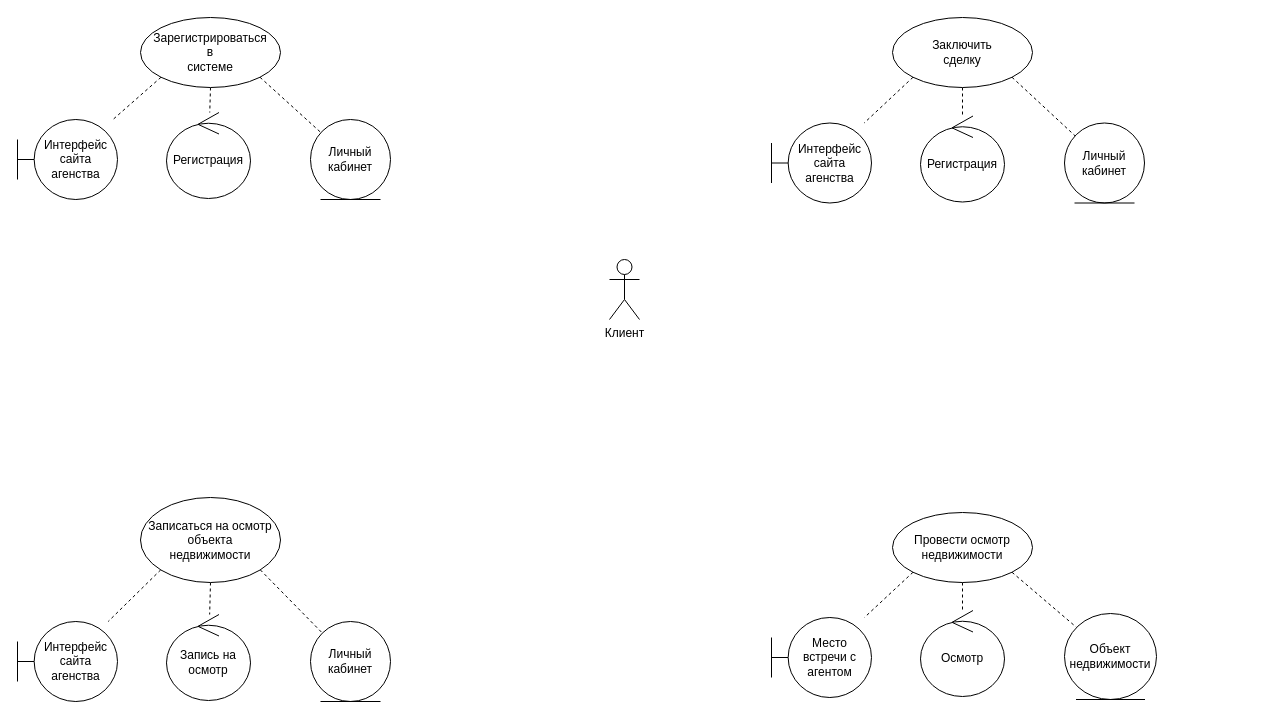
Earlier version of the draw.io diagram Диаграмма без названия.drawio (Shumila71/testProject). Source tidied: cells renumbered, new cells numbered last; positions are measured from the earlier drawing's top-left corner, leaving out a move shared by most shapes. Both pictures are drawn from the tidied source at 100%, with x=0, y=0 at pixel (17, 17).
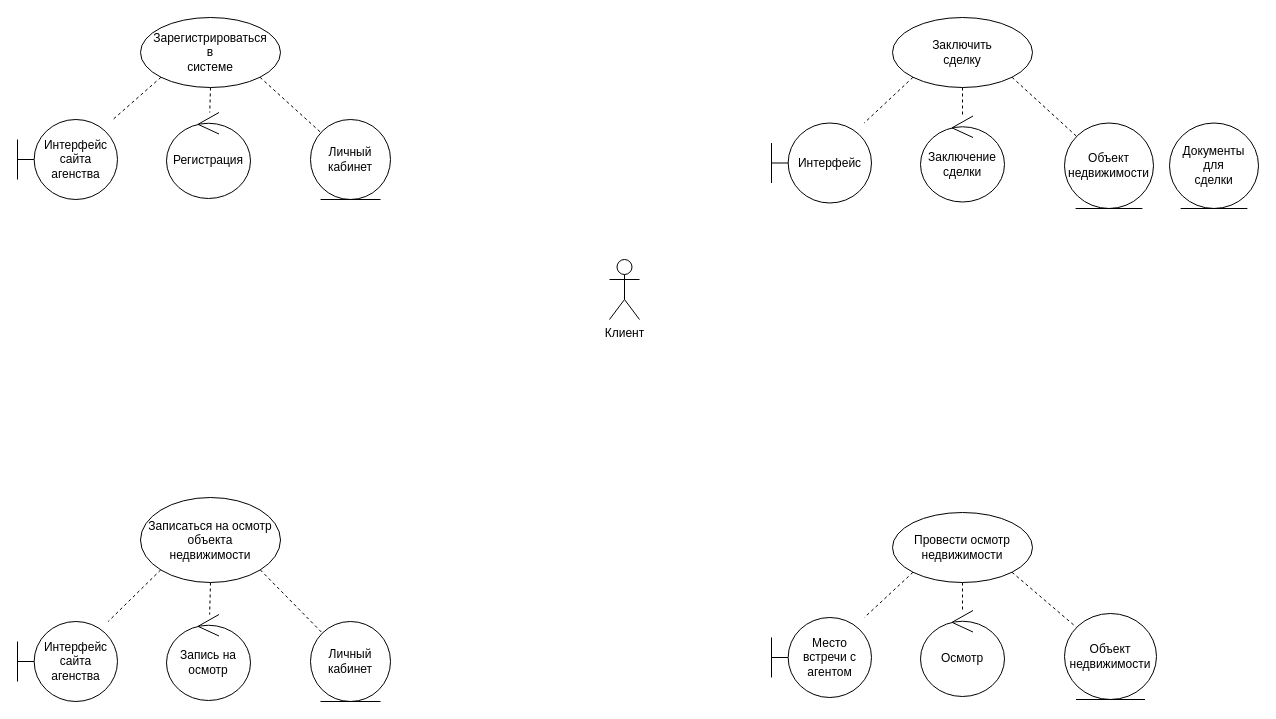
After the change.

What changed in the source:
```diff
@@
-    <mxCell id="25" value="Интерфейс&lt;div&gt;сайта&lt;/div&gt;&lt;div&gt;агенства&lt;/div&gt;" style="shape=umlBoundary;whiteSpace=wrap;html=1;" parent="1" vertex="1">
+    <mxCell id="25" value="Интерфейс" style="shape=umlBoundary;whiteSpace=wrap;html=1;" parent="1" vertex="1">
       <mxGeometry x="754" y="105.5" width="100" height="80" as="geometry" />
     </mxCell>
-    <mxCell id="26" value="Личный кабинет" style="ellipse;shape=umlEntity;whiteSpace=wrap;html=1;" parent="1" vertex="1">
-      <mxGeometry x="1047" y="105.5" width="80" height="80" as="geometry" />
+    <mxCell id="26" value="Объект недвижимости" style="ellipse;shape=umlEntity;whiteSpace=wrap;html=1;" parent="1" vertex="1">
+      <mxGeometry x="1047" y="105.5" width="89" height="85.5" as="geometry" />
     </mxCell>
-    <mxCell id="27" value="Регистрация" style="ellipse;shape=umlControl;whiteSpace=wrap;html=1;" parent="1" vertex="1">
+    <mxCell id="27" value="Заключение&lt;div&gt;сделки&lt;/div&gt;" style="ellipse;shape=umlControl;whiteSpace=wrap;html=1;" parent="1" vertex="1">
       <mxGeometry x="903" y="98.5" width="84" height="86" as="geometry" />
     </mxCell>
@@
+    <mxCell id="31" value="Документы&lt;div&gt;для&lt;/div&gt;&lt;div&gt;сделки&lt;/div&gt;" style="ellipse;shape=umlEntity;whiteSpace=wrap;html=1;" parent="1" vertex="1">
+      <mxGeometry x="1152" y="105.5" width="89" height="85.5" as="geometry" />
+    </mxCell>
```
